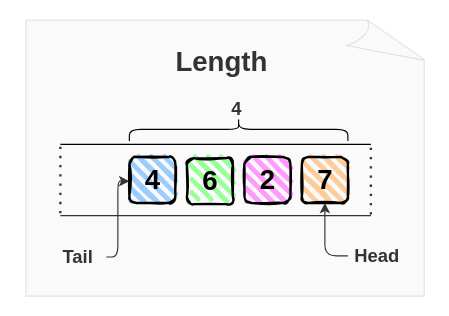
Earlier version of the draw.io diagram page "Length" (3 of 5) of content/posts/123-javascript-queue/diagrams/queue.drawio (panzerdp/dmitripavlutin.com). Source tidied: cells renumbered, new cells numbered last; positions are measured from the earlier drawing's top-left corner, leaving out a move shared by most shapes. Both pictures are drawn from the tidied source at 115%, with x=0, y=0 at pixel (25, 20).
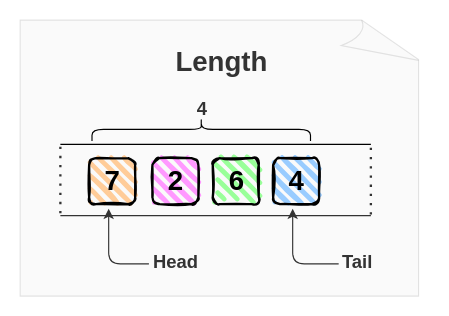
The same page after the edit.

The edit, as a diff of the source:
```diff
@@
     <mxCell id="2" style="whiteSpace=wrap;html=1;shape=mxgraph.basic.document;rounded=1;fontSize=16;fontColor=#000099;opacity=10;sketch=0;fillColor=#CCCCCC;" parent="1" vertex="1">
-      <mxGeometry width="350" height="240" as="geometry" />
+      <mxGeometry x="-5" width="350" height="240" as="geometry" />
     </mxCell>
@@
-    <mxCell id="7" style="group;" parent="1" vertex="1">
-      <mxGeometry x="90" y="119" width="40" height="40" as="geometry" />
-    </mxCell>
+    <mxCell id="23" value="Length" style="text;strokeColor=none;fillColor=none;html=1;fontSize=24;fontStyle=1;verticalAlign=middle;align=center;fontColor=#333333;" parent="1" vertex="1">
+      <mxGeometry x="120" y="17" width="100" height="40" as="geometry" />
+    </mxCell>
+    <mxCell id="24" style="shape=curlyBracket;whiteSpace=wrap;html=1;rounded=1;fillColor=#FFB570;fontColor=#808080;rotation=90;" parent="1" vertex="1">
+      <mxGeometry x="142.5" width="20" height="190" as="geometry" />
+    </mxCell>
+    <mxCell id="25" value="4" style="text;strokeColor=none;fillColor=none;html=1;fontSize=16;fontStyle=1;verticalAlign=middle;align=center;rounded=1;fontColor=#333333;" parent="1" vertex="1">
+      <mxGeometry x="140" y="70" width="25" height="14" as="geometry" />
+    </mxCell>
+    <mxCell id="26" style="group;" parent="1" vertex="1">
+      <mxGeometry x="215" y="120" width="40" height="40" as="geometry" />
+    </mxCell>
-    <mxCell id="8" style="rounded=1;whiteSpace=wrap;html=1;strokeWidth=2;fillWeight=4;hachureGap=8;hachureAngle=45;sketch=1;fontSize=30;fontColor=#333333;fillColor=#99CCFF;" parent="7" vertex="1">
+    <mxCell id="8" style="rounded=1;whiteSpace=wrap;html=1;strokeWidth=2;fillWeight=4;hachureGap=8;hachureAngle=45;sketch=1;fontSize=30;fontColor=#333333;fillColor=#99CCFF;" parent="26" vertex="1">
       <mxGeometry width="40" height="40" as="geometry" />
     </mxCell>
-    <mxCell id="9" value="4" style="text;strokeColor=none;fillColor=none;html=1;fontSize=24;fontStyle=1;verticalAlign=middle;align=center;rounded=1;" parent="7" vertex="1">
+    <mxCell id="9" value="4" style="text;strokeColor=none;fillColor=none;html=1;fontSize=24;fontStyle=1;verticalAlign=middle;align=center;rounded=1;" parent="26" vertex="1">
       <mxGeometry x="5" y="5" width="30" height="30" as="geometry" />
     </mxCell>
-    <mxCell id="10" style="group;" parent="1" vertex="1">
-      <mxGeometry x="140" y="120" width="60" height="80" as="geometry" />
-    </mxCell>
+    <mxCell id="27" style="group;" parent="1" vertex="1">
+      <mxGeometry x="162.5" y="120" width="35" height="50" as="geometry" />
+    </mxCell>
-    <mxCell id="11" style="rounded=1;whiteSpace=wrap;html=1;strokeWidth=2;fillWeight=4;hachureGap=8;hachureAngle=45;sketch=1;fontSize=30;fontColor=#333333;fillColor=#99FF99;" parent="10" vertex="1">
+    <mxCell id="11" style="rounded=1;whiteSpace=wrap;html=1;strokeWidth=2;fillWeight=4;hachureGap=8;hachureAngle=45;sketch=1;fontSize=30;fontColor=#333333;fillColor=#99FF99;" parent="27" vertex="1">
       <mxGeometry width="40" height="40" as="geometry" />
     </mxCell>
-    <mxCell id="12" value="6" style="text;strokeColor=none;fillColor=none;html=1;fontSize=24;fontStyle=1;verticalAlign=middle;align=center;rounded=1;" parent="10" vertex="1">
+    <mxCell id="12" value="6" style="text;strokeColor=none;fillColor=none;html=1;fontSize=24;fontStyle=1;verticalAlign=middle;align=center;rounded=1;" parent="27" vertex="1">
       <mxGeometry x="5" y="5" width="30" height="30" as="geometry" />
     </mxCell>
-    <mxCell id="13" style="group;" parent="1" vertex="1">
-      <mxGeometry x="190" y="119" width="40" height="40" as="geometry" />
-    </mxCell>
+    <mxCell id="28" style="group;" parent="1" vertex="1">
+      <mxGeometry x="110" y="120" width="40" height="40" as="geometry" />
+    </mxCell>
-    <mxCell id="14" style="rounded=1;whiteSpace=wrap;html=1;strokeWidth=2;fillWeight=4;hachureGap=8;hachureAngle=45;sketch=1;fontSize=30;fontColor=#333333;fillColor=#FF99FF;" parent="13" vertex="1">
+    <mxCell id="14" style="rounded=1;whiteSpace=wrap;html=1;strokeWidth=2;fillWeight=4;hachureGap=8;hachureAngle=45;sketch=1;fontSize=30;fontColor=#333333;fillColor=#FF99FF;" parent="28" vertex="1">
       <mxGeometry width="40" height="40" as="geometry" />
     </mxCell>
-    <mxCell id="15" value="2" style="text;strokeColor=none;fillColor=none;html=1;fontSize=24;fontStyle=1;verticalAlign=middle;align=center;rounded=1;" parent="13" vertex="1">
+    <mxCell id="15" value="2" style="text;strokeColor=none;fillColor=none;html=1;fontSize=24;fontStyle=1;verticalAlign=middle;align=center;rounded=1;" parent="28" vertex="1">
       <mxGeometry x="5" y="5" width="30" height="30" as="geometry" />
     </mxCell>
-    <mxCell id="16" style="group;" parent="1" vertex="1">
-      <mxGeometry x="240" y="119" width="40" height="40" as="geometry" />
-    </mxCell>
+    <mxCell id="29" style="group;" parent="1" vertex="1">
+      <mxGeometry x="55" y="120" width="40" height="40" as="geometry" />
+    </mxCell>
-    <mxCell id="17" style="rounded=1;whiteSpace=wrap;html=1;strokeWidth=2;fillWeight=4;hachureGap=8;hachureAngle=45;sketch=1;fontSize=30;fontColor=#333333;fillColor=#FFCC99;" parent="16" vertex="1">
+    <mxCell id="17" style="rounded=1;whiteSpace=wrap;html=1;strokeWidth=2;fillWeight=4;hachureGap=8;hachureAngle=45;sketch=1;fontSize=30;fontColor=#333333;fillColor=#FFCC99;" parent="29" vertex="1">
       <mxGeometry width="40" height="40" as="geometry" />
     </mxCell>
-    <mxCell id="18" value="7" style="text;strokeColor=none;fillColor=none;html=1;fontSize=24;fontStyle=1;verticalAlign=middle;align=center;rounded=1;" parent="16" vertex="1">
+    <mxCell id="18" value="7" style="text;strokeColor=none;fillColor=none;html=1;fontSize=24;fontStyle=1;verticalAlign=middle;align=center;rounded=1;" parent="29" vertex="1">
       <mxGeometry x="5" y="5" width="30" height="30" as="geometry" />
     </mxCell>
     <mxCell id="19" value="Tail" style="text;strokeColor=none;fillColor=none;html=1;fontSize=16;fontStyle=1;verticalAlign=middle;align=center;rounded=1;fontColor=#333333;" parent="1" vertex="1">
-      <mxGeometry x="20" y="186" width="50" height="40" as="geometry" />
+      <mxGeometry x="238" y="190" width="100" height="40" as="geometry" />
     </mxCell>
-    <mxCell id="20" style="edgeStyle=elbowEdgeStyle;elbow=horizontal;endArrow=classic;html=1;strokeColor=#333333;fontSize=20;fontColor=#000099;" parent="1" edge="1" source="19">
-      <mxGeometry relative="1" as="geometry">
-        <mxPoint x="90" y="140" as="targetPoint" />
-      </mxGeometry>
-    </mxCell>
-    <mxCell id="21" style="edgeStyle=segmentEdgeStyle;endArrow=classic;html=1;strokeColor=#333333;fontSize=16;fontColor=#000099;entryX=0.5;entryY=1;entryDx=0;entryDy=0;" parent="1" edge="1" source="22" target="17">
-      <mxGeometry relative="1" as="geometry" />
-    </mxCell>
+    <mxCell id="30" style="edgeStyle=segmentEdgeStyle;endArrow=classic;html=1;strokeColor=#333333;fontSize=16;fontColor=#000099;" parent="1" edge="1">
+      <mxGeometry relative="1" as="geometry">
+        <mxPoint x="107" y="212" as="sourcePoint" />
+        <mxPoint x="72" y="164" as="targetPoint" />
+      </mxGeometry>
+    </mxCell>
     <mxCell id="22" value="Head" style="text;strokeColor=none;fillColor=none;html=1;fontSize=16;fontStyle=1;verticalAlign=middle;align=center;rounded=1;fontColor=#333333;" parent="1" vertex="1">
-      <mxGeometry x="280" y="190" width="50" height="30" as="geometry" />
+      <mxGeometry x="90" y="195" width="80" height="30" as="geometry" />
     </mxCell>
-    <mxCell id="23" value="Length" style="text;strokeColor=none;fillColor=none;html=1;fontSize=24;fontStyle=1;verticalAlign=middle;align=center;fontColor=#333333;" parent="1" vertex="1">
-      <mxGeometry x="120" y="17" width="100" height="40" as="geometry" />
-    </mxCell>
-    <mxCell id="24" style="shape=curlyBracket;whiteSpace=wrap;html=1;rounded=1;fillColor=#FFB570;fontColor=#808080;rotation=90;" parent="1" vertex="1">
-      <mxGeometry x="175" width="20" height="190" as="geometry" />
-    </mxCell>
-    <mxCell id="25" value="4" style="text;strokeColor=none;fillColor=none;html=1;fontSize=16;fontStyle=1;verticalAlign=middle;align=center;rounded=1;fontColor=#333333;" parent="1" vertex="1">
-      <mxGeometry x="170" y="70" width="25" height="14" as="geometry" />
-    </mxCell>
+    <mxCell id="31" style="edgeStyle=segmentEdgeStyle;endArrow=classic;html=1;strokeColor=#333333;fontSize=16;fontColor=#000099;" parent="1" edge="1">
+      <mxGeometry relative="1" as="geometry">
+        <mxPoint x="272" y="212" as="sourcePoint" />
+        <mxPoint x="232" y="164" as="targetPoint" />
+      </mxGeometry>
+    </mxCell>
```
